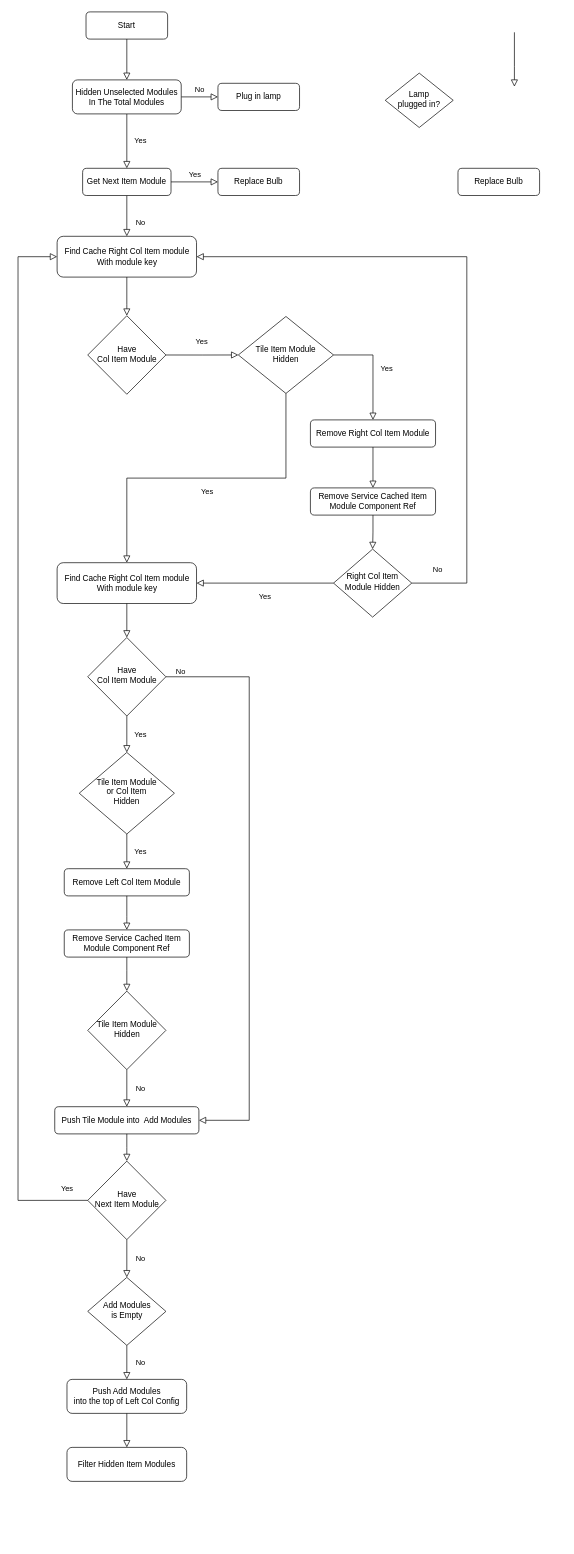
This is Tile Selector Data Combine With Cache Data.drawio from SmileSB1O1/draw-active, a draw.io file, before an edit. Source tidied: cells renumbered, new cells numbered last; positions are measured from the earlier drawing's top-left corner, leaving out a move shared by most shapes. Both pictures are drawn from the tidied source at 68%, with x=0, y=0 at pixel (18, 12).
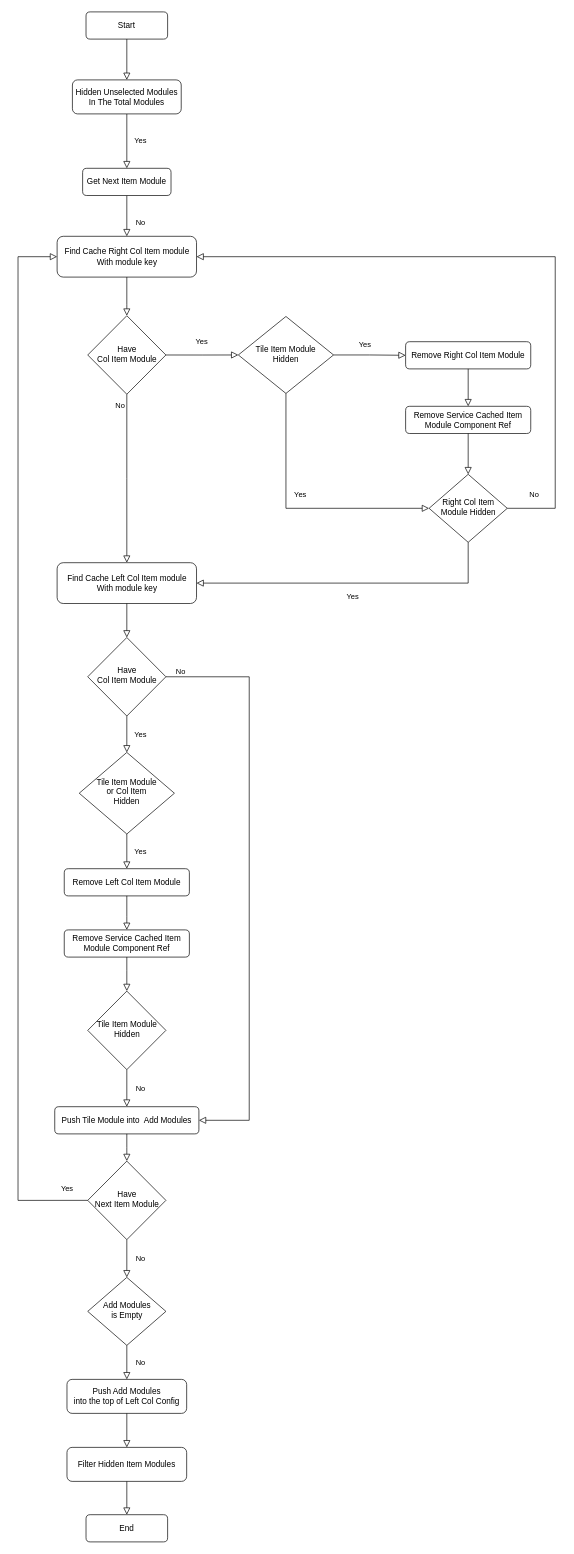
The same page after the edit.

The change refers to these unchanged cells:
```xml
<mxCell id="9" value="Find Cache Right Col Item module &lt;br&gt;With module key" style="rounded=1;whiteSpace=wrap;html=1;fontSize=12;glass=0;strokeWidth=1;shadow=0;" parent="1" vertex="1">
  <mxGeometry x="57.5" y="330" width="205" height="60" as="geometry" />
</mxCell>
<mxCell id="13" value="Hidden Unselected Modules&lt;br&gt;In The Total Modules" style="rounded=1;whiteSpace=wrap;html=1;fontSize=12;glass=0;strokeWidth=1;shadow=0;" parent="1" vertex="1">
  <mxGeometry x="80" y="100" width="160" height="50" as="geometry" />
</mxCell>
<mxCell id="14" value="Get Next Item Module" style="rounded=1;whiteSpace=wrap;html=1;fontSize=12;glass=0;strokeWidth=1;shadow=0;" parent="1" vertex="1">
  <mxGeometry x="95" y="230" width="130" height="40" as="geometry" />
</mxCell>
<mxCell id="16" value="Have &lt;br&gt;Col Item Module" style="rhombus;whiteSpace=wrap;html=1;shadow=0;fontFamily=Helvetica;fontSize=12;align=center;strokeWidth=1;spacing=6;spacingTop=-4;" parent="1" vertex="1">
  <mxGeometry x="102.5" y="446.8" width="115" height="115.5" as="geometry" />
</mxCell>
<mxCell id="19" value="Tile Item Module&lt;br&gt;Hidden" style="rhombus;whiteSpace=wrap;html=1;shadow=0;fontFamily=Helvetica;fontSize=12;align=center;strokeWidth=1;spacing=6;spacingTop=-4;" parent="1" vertex="1">
  <mxGeometry x="324" y="447.9" width="140" height="113.2" as="geometry" />
</mxCell>
<mxCell id="45" value="Filter Hidden Item Modules" style="rounded=1;whiteSpace=wrap;html=1;fontSize=12;glass=0;strokeWidth=1;shadow=0;" parent="1" vertex="1">
  <mxGeometry x="72" y="2111" width="176" height="50" as="geometry" />
</mxCell>
```

Change to the diagram source:
```diff
@@
-    <mxCell id="5" value="No" style="edgeStyle=orthogonalEdgeStyle;rounded=0;html=1;jettySize=auto;fontSize=11;endArrow=block;endFill=0;endSize=8;strokeWidth=1;shadow=0;labelBackgroundColor=none;exitX=1;exitY=0.5;exitDx=0;exitDy=0;" parent="1" edge="1" source="13" target="6">
-      <mxGeometry y="10" relative="1" as="geometry" />
-    </mxCell>
-    <mxCell id="6" value="Plug in lamp" style="rounded=1;whiteSpace=wrap;html=1;fontSize=12;glass=0;strokeWidth=1;shadow=0;" parent="1" vertex="1">
-      <mxGeometry x="294" y="105" width="120" height="40" as="geometry" />
-    </mxCell>
@@
-    <mxCell id="8" value="Yes" style="edgeStyle=orthogonalEdgeStyle;rounded=0;html=1;jettySize=auto;fontSize=11;endArrow=block;endFill=0;endSize=8;strokeWidth=1;shadow=0;labelBackgroundColor=none;exitX=1;exitY=0.5;exitDx=0;exitDy=0;" parent="1" edge="1" source="14" target="10">
-      <mxGeometry y="10" relative="1" as="geometry" />
-    </mxCell>
@@
-    <mxCell id="10" value="Replace Bulb" style="rounded=1;whiteSpace=wrap;html=1;fontSize=12;glass=0;strokeWidth=1;shadow=0;" parent="1" vertex="1">
-      <mxGeometry x="294" y="230" width="120" height="40" as="geometry" />
-    </mxCell>
-    <mxCell id="11" style="rounded=0;html=1;jettySize=auto;orthogonalLoop=1;fontSize=11;endArrow=block;endFill=0;endSize=8;strokeWidth=1;shadow=0;labelBackgroundColor=none;edgeStyle=orthogonalEdgeStyle;" parent="1" edge="1">
-      <mxGeometry relative="1" as="geometry">
-        <mxPoint x="730" y="30" as="sourcePoint" />
-        <mxPoint x="730" y="110" as="targetPoint" />
-        <Array as="points">
-          <mxPoint x="730" y="80" />
-          <mxPoint x="730" y="80" />
-        </Array>
-      </mxGeometry>
-    </mxCell>
-    <mxCell id="12" value="Lamp&lt;br&gt;plugged in?" style="rhombus;whiteSpace=wrap;html=1;shadow=0;fontFamily=Helvetica;fontSize=12;align=center;strokeWidth=1;spacing=6;spacingTop=-4;" parent="1" vertex="1">
-      <mxGeometry x="540" y="90" width="100" height="80" as="geometry" />
-    </mxCell>
@@
-    <mxCell id="15" value="Replace Bulb" style="rounded=1;whiteSpace=wrap;html=1;fontSize=12;glass=0;strokeWidth=1;shadow=0;" parent="1" vertex="1">
-      <mxGeometry x="647" y="230" width="120" height="40" as="geometry" />
-    </mxCell>
@@
     <mxCell id="20" value="Remove Right Col Item Module" style="rounded=1;whiteSpace=wrap;html=1;fontSize=12;glass=0;strokeWidth=1;shadow=0;" parent="1" vertex="1">
-      <mxGeometry x="430" y="600" width="184" height="40" as="geometry" />
+      <mxGeometry x="570" y="485" width="184" height="40" as="geometry" />
     </mxCell>
-    <mxCell id="21" value="Yes" style="rounded=0;html=1;jettySize=auto;fontSize=11;endArrow=block;endFill=0;endSize=8;strokeWidth=1;shadow=0;labelBackgroundColor=none;edgeStyle=orthogonalEdgeStyle;exitX=1;exitY=0.5;exitDx=0;exitDy=0;entryX=0.5;entryY=0;entryDx=0;entryDy=0;" parent="1" edge="1" source="19" target="20">
-      <mxGeometry y="20" relative="1" as="geometry" />
+    <mxCell id="21" value="Yes" style="rounded=0;html=1;jettySize=auto;fontSize=11;endArrow=block;endFill=0;endSize=8;strokeWidth=1;shadow=0;labelBackgroundColor=none;edgeStyle=orthogonalEdgeStyle;exitX=1;exitY=0.5;exitDx=0;exitDy=0;entryX=0;entryY=0.5;entryDx=0;entryDy=0;" parent="1" edge="1" source="19" target="20">
+      <mxGeometry x="-0.14" y="15" relative="1" as="geometry" />
     </mxCell>
     <mxCell id="22" value="Remove Service Cached Item Module Component Ref" style="rounded=1;whiteSpace=wrap;html=1;fontSize=12;glass=0;strokeWidth=1;shadow=0;" parent="1" vertex="1">
-      <mxGeometry x="430" y="700" width="184" height="40" as="geometry" />
+      <mxGeometry x="570" y="580" width="184" height="40" as="geometry" />
     </mxCell>
@@
     <mxCell id="24" value="Right Col Item Module Hidden" style="rhombus;whiteSpace=wrap;html=1;shadow=0;fontFamily=Helvetica;fontSize=12;align=center;strokeWidth=1;spacing=6;spacingTop=-4;" parent="1" vertex="1">
-      <mxGeometry x="464" y="790" width="115" height="100" as="geometry" />
+      <mxGeometry x="604.5" y="680" width="115" height="100" as="geometry" />
     </mxCell>
@@
     <mxCell id="26" value="No" style="rounded=0;html=1;jettySize=auto;fontSize=11;endArrow=block;endFill=0;endSize=8;strokeWidth=1;shadow=0;labelBackgroundColor=none;edgeStyle=orthogonalEdgeStyle;exitX=1;exitY=0.5;exitDx=0;exitDy=0;entryX=1;entryY=0.5;entryDx=0;entryDy=0;" parent="1" edge="1" source="24" target="9">
       <mxGeometry x="-0.92" y="20" relative="1" as="geometry">
         <Array as="points">
-          <mxPoint x="660" y="840" />
-          <mxPoint x="660" y="360" />
+          <mxPoint x="790" y="730" />
+          <mxPoint x="790" y="360" />
         </Array>
       </mxGeometry>
     </mxCell>
-    <mxCell id="27" value="Find Cache Right Col Item module &lt;br&gt;With module key" style="rounded=1;whiteSpace=wrap;html=1;fontSize=12;glass=0;strokeWidth=1;shadow=0;" parent="1" vertex="1">
+    <mxCell id="27" value="Find Cache Left Col Item module &lt;br&gt;With module key" style="rounded=1;whiteSpace=wrap;html=1;fontSize=12;glass=0;strokeWidth=1;shadow=0;" parent="1" vertex="1">
       <mxGeometry x="57.5" y="810" width="205" height="60" as="geometry" />
     </mxCell>
-    <mxCell id="28" value="Yes" style="rounded=0;html=1;jettySize=auto;fontSize=11;endArrow=block;endFill=0;endSize=8;strokeWidth=1;shadow=0;labelBackgroundColor=none;edgeStyle=orthogonalEdgeStyle;exitX=0.5;exitY=1;exitDx=0;exitDy=0;" parent="1" edge="1" source="19" target="27">
+    <mxCell id="28" value="Yes" style="rounded=0;html=1;jettySize=auto;fontSize=11;endArrow=block;endFill=0;endSize=8;strokeWidth=1;shadow=0;labelBackgroundColor=none;edgeStyle=orthogonalEdgeStyle;exitX=0.5;exitY=1;exitDx=0;exitDy=0;entryX=0;entryY=0.5;entryDx=0;entryDy=0;" parent="1" edge="1" source="19" target="24">
       <mxGeometry y="20" relative="1" as="geometry" />
     </mxCell>
-    <mxCell id="29" value="Yes" style="rounded=0;html=1;jettySize=auto;fontSize=11;endArrow=block;endFill=0;endSize=8;strokeWidth=1;shadow=0;labelBackgroundColor=none;edgeStyle=orthogonalEdgeStyle;exitX=0;exitY=0.5;exitDx=0;exitDy=0;entryX=1;entryY=0.5;entryDx=0;entryDy=0;" parent="1" edge="1" source="24" target="27">
+    <mxCell id="29" value="Yes" style="rounded=0;html=1;jettySize=auto;fontSize=11;endArrow=block;endFill=0;endSize=8;strokeWidth=1;shadow=0;labelBackgroundColor=none;edgeStyle=orthogonalEdgeStyle;exitX=0.5;exitY=1;exitDx=0;exitDy=0;entryX=1;entryY=0.5;entryDx=0;entryDy=0;" parent="1" edge="1" source="24" target="27">
       <mxGeometry y="20" relative="1" as="geometry" />
     </mxCell>
@@
+    <mxCell id="52" value="End" style="rounded=1;whiteSpace=wrap;html=1;fontSize=12;glass=0;strokeWidth=1;shadow=0;" parent="1" vertex="1">
+      <mxGeometry x="100" y="2210" width="120" height="40" as="geometry" />
+    </mxCell>
+    <mxCell id="53" style="rounded=0;html=1;jettySize=auto;fontSize=11;endArrow=block;endFill=0;endSize=8;strokeWidth=1;shadow=0;labelBackgroundColor=none;edgeStyle=orthogonalEdgeStyle;exitX=0.5;exitY=1;exitDx=0;exitDy=0;entryX=0.5;entryY=0;entryDx=0;entryDy=0;" parent="1" edge="1" source="45" target="52">
+      <mxGeometry relative="1" as="geometry">
+        <Array as="points">
+          <mxPoint x="160" y="2210" />
+        </Array>
+      </mxGeometry>
+    </mxCell>
+    <mxCell id="5" value="No" style="rounded=0;html=1;jettySize=auto;fontSize=11;endArrow=block;endFill=0;endSize=8;strokeWidth=1;shadow=0;labelBackgroundColor=none;edgeStyle=orthogonalEdgeStyle;exitX=0.5;exitY=1;exitDx=0;exitDy=0;" parent="1" edge="1" source="16">
+      <mxGeometry x="-0.86" y="-10" relative="1" as="geometry">
+        <mxPoint x="160" y="810" as="targetPoint" />
+      </mxGeometry>
+    </mxCell>
```
